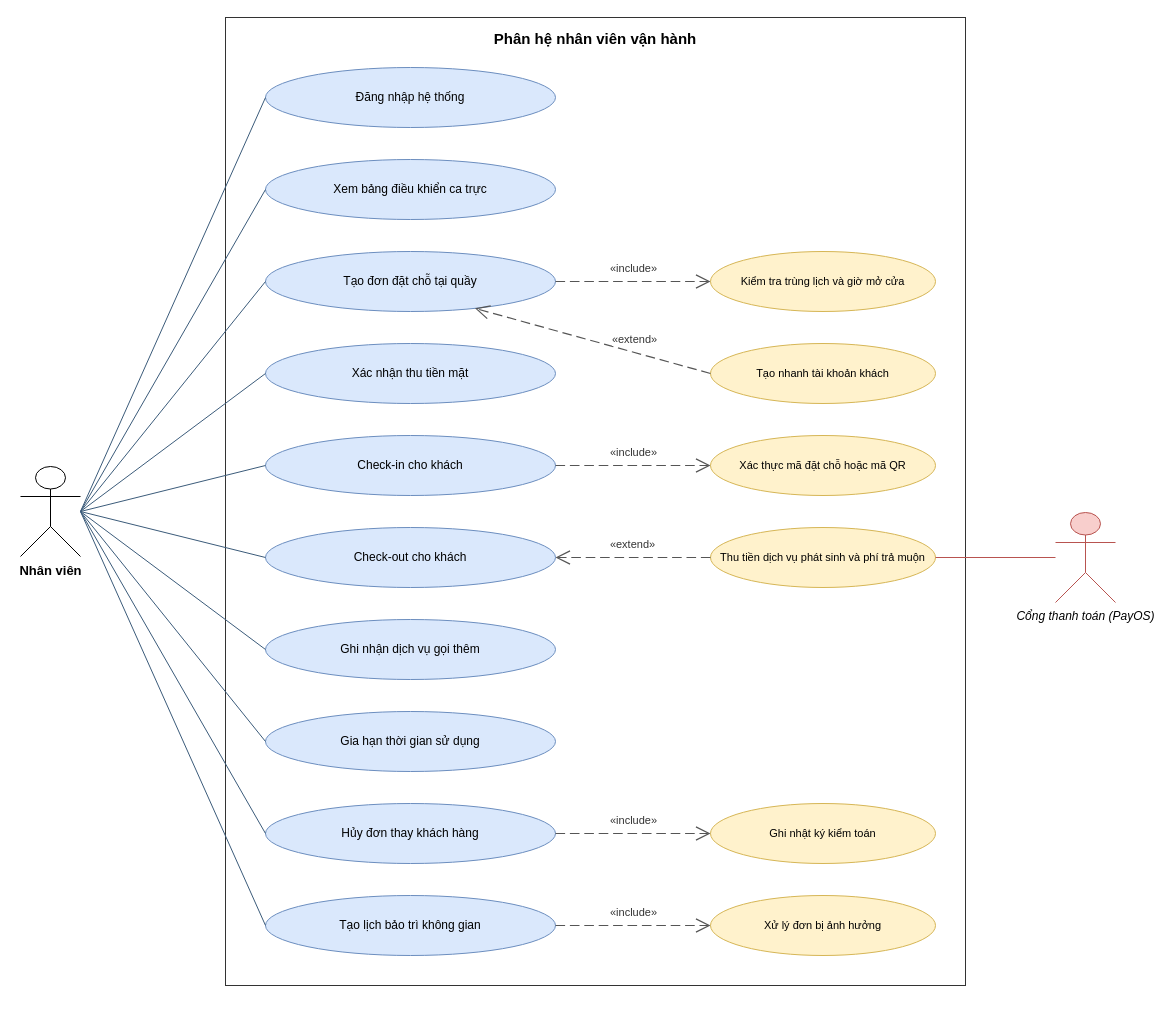
Before: page "Phân hệ nhân viên vận hành" (3 of 5) of report/Images/Chuong5/cospace-usecase.drawio in cospace-team/DATN_CoSpace, a draw.io diagram. Source tidied: cells renumbered, new cells numbered last; positions are measured from the earlier drawing's top-left corner, leaving out a move shared by most shapes. Both pictures are drawn from the tidied source at 100%, with x=0, y=0 at pixel (20, 17).
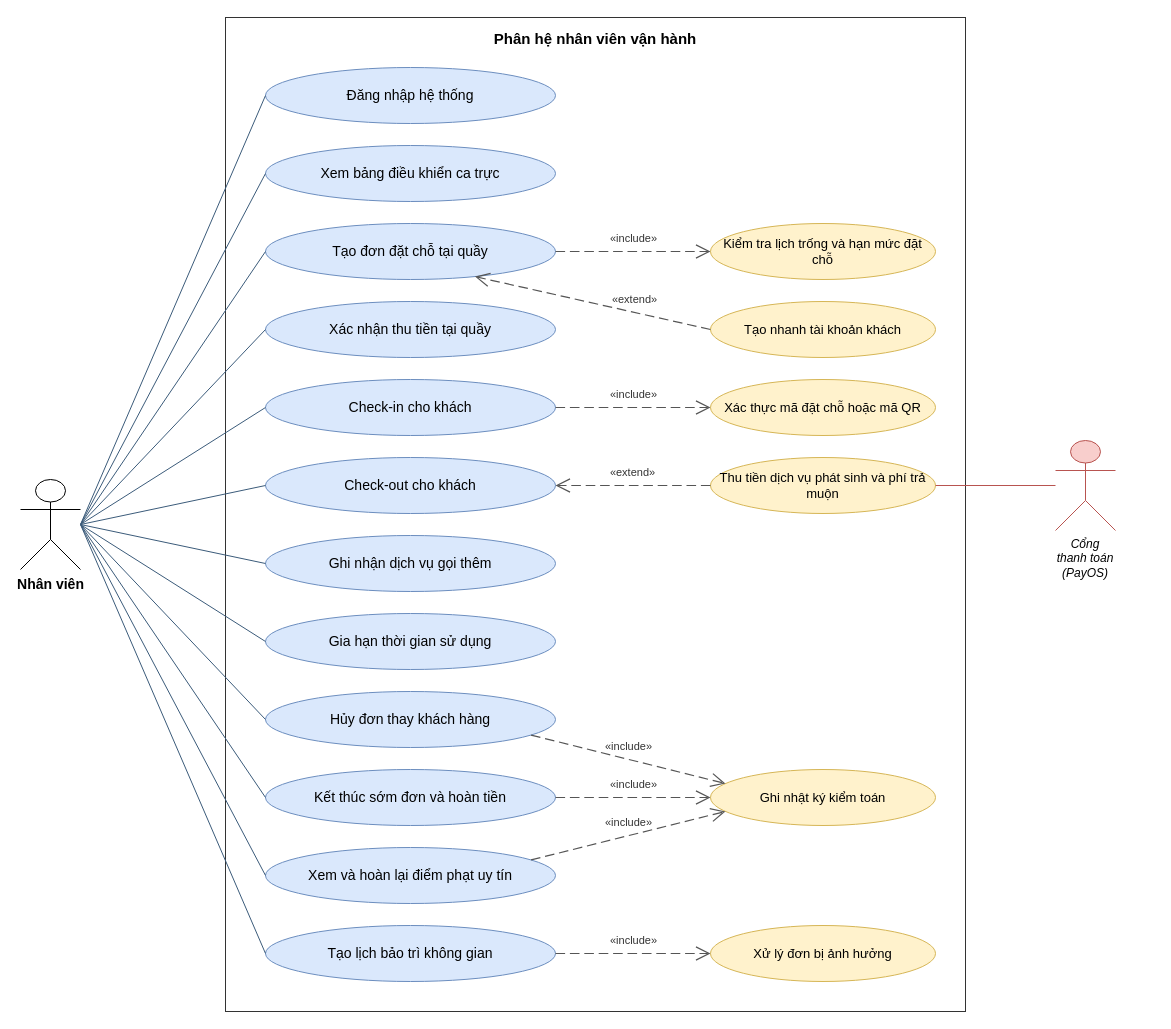
After the change.

What changed in the source:
```diff
@@
     <mxCell id="2" value="Phân hệ nhân viên vận hành" style="rounded=0;whiteSpace=wrap;html=1;verticalAlign=top;fillColor=none;strokeColor=#333333;fontSize=15;fontStyle=1;spacingTop=6;" parent="1" vertex="1">
-      <mxGeometry x="205" width="740" height="968" as="geometry" />
+      <mxGeometry x="205" width="740" height="994" as="geometry" />
     </mxCell>
-    <mxCell id="3" value="Đăng nhập hệ thống" style="ellipse;whiteSpace=wrap;html=1;fontSize=12;fillColor=#dae8fc;strokeColor=#6c8ebf;" parent="1" vertex="1">
-      <mxGeometry x="245" y="50" width="290" height="60" as="geometry" />
+    <mxCell id="3" value="Đăng nhập hệ thống" style="ellipse;whiteSpace=wrap;html=1;fontSize=14;fillColor=#dae8fc;strokeColor=#6c8ebf;" parent="1" vertex="1">
+      <mxGeometry x="245" y="50" width="290" height="56" as="geometry" />
     </mxCell>
-    <mxCell id="4" value="Xem bảng điều khiển ca trực" style="ellipse;whiteSpace=wrap;html=1;fontSize=12;fillColor=#dae8fc;strokeColor=#6c8ebf;" parent="1" vertex="1">
-      <mxGeometry x="245" y="142" width="290" height="60" as="geometry" />
+    <mxCell id="4" value="Xem bảng điều khiển ca trực" style="ellipse;whiteSpace=wrap;html=1;fontSize=14;fillColor=#dae8fc;strokeColor=#6c8ebf;" parent="1" vertex="1">
+      <mxGeometry x="245" y="128" width="290" height="56" as="geometry" />
     </mxCell>
-    <mxCell id="5" value="Tạo đơn đặt chỗ tại quầy" style="ellipse;whiteSpace=wrap;html=1;fontSize=12;fillColor=#dae8fc;strokeColor=#6c8ebf;" parent="1" vertex="1">
-      <mxGeometry x="245" y="234" width="290" height="60" as="geometry" />
+    <mxCell id="5" value="Tạo đơn đặt chỗ tại quầy" style="ellipse;whiteSpace=wrap;html=1;fontSize=14;fillColor=#dae8fc;strokeColor=#6c8ebf;" parent="1" vertex="1">
+      <mxGeometry x="245" y="206" width="290" height="56" as="geometry" />
     </mxCell>
-    <mxCell id="6" value="Kiểm tra trùng lịch và giờ mở cửa" style="ellipse;whiteSpace=wrap;html=1;fontSize=11;fillColor=#fff2cc;strokeColor=#d6b656;" parent="1" vertex="1">
-      <mxGeometry x="690" y="234" width="225" height="60" as="geometry" />
+    <mxCell id="6" value="Kiểm tra lịch trống và hạn mức đặt chỗ" style="ellipse;whiteSpace=wrap;html=1;fontSize=13;fillColor=#fff2cc;strokeColor=#d6b656;" parent="1" vertex="1">
+      <mxGeometry x="690" y="206" width="225" height="56" as="geometry" />
     </mxCell>
-    <mxCell id="7" value="Xác nhận thu tiền mặt" style="ellipse;whiteSpace=wrap;html=1;fontSize=12;fillColor=#dae8fc;strokeColor=#6c8ebf;" parent="1" vertex="1">
-      <mxGeometry x="245" y="326" width="290" height="60" as="geometry" />
+    <mxCell id="7" value="Xác nhận thu tiền tại quầy" style="ellipse;whiteSpace=wrap;html=1;fontSize=14;fillColor=#dae8fc;strokeColor=#6c8ebf;" parent="1" vertex="1">
+      <mxGeometry x="245" y="284" width="290" height="56" as="geometry" />
     </mxCell>
-    <mxCell id="8" value="Tạo nhanh tài khoản khách" style="ellipse;whiteSpace=wrap;html=1;fontSize=11;fillColor=#fff2cc;strokeColor=#d6b656;" parent="1" vertex="1">
-      <mxGeometry x="690" y="326" width="225" height="60" as="geometry" />
+    <mxCell id="8" value="Tạo nhanh tài khoản khách" style="ellipse;whiteSpace=wrap;html=1;fontSize=13;fillColor=#fff2cc;strokeColor=#d6b656;" parent="1" vertex="1">
+      <mxGeometry x="690" y="284" width="225" height="56" as="geometry" />
     </mxCell>
-    <mxCell id="9" value="Check-in cho khách" style="ellipse;whiteSpace=wrap;html=1;fontSize=12;fillColor=#dae8fc;strokeColor=#6c8ebf;" parent="1" vertex="1">
-      <mxGeometry x="245" y="418" width="290" height="60" as="geometry" />
+    <mxCell id="9" value="Check-in cho khách" style="ellipse;whiteSpace=wrap;html=1;fontSize=14;fillColor=#dae8fc;strokeColor=#6c8ebf;" parent="1" vertex="1">
+      <mxGeometry x="245" y="362" width="290" height="56" as="geometry" />
     </mxCell>
-    <mxCell id="10" value="Xác thực mã đặt chỗ hoặc mã QR" style="ellipse;whiteSpace=wrap;html=1;fontSize=11;fillColor=#fff2cc;strokeColor=#d6b656;" parent="1" vertex="1">
-      <mxGeometry x="690" y="418" width="225" height="60" as="geometry" />
+    <mxCell id="10" value="Xác thực mã đặt chỗ hoặc mã QR" style="ellipse;whiteSpace=wrap;html=1;fontSize=13;fillColor=#fff2cc;strokeColor=#d6b656;" parent="1" vertex="1">
+      <mxGeometry x="690" y="362" width="225" height="56" as="geometry" />
     </mxCell>
-    <mxCell id="11" value="Check-out cho khách" style="ellipse;whiteSpace=wrap;html=1;fontSize=12;fillColor=#dae8fc;strokeColor=#6c8ebf;" parent="1" vertex="1">
-      <mxGeometry x="245" y="510" width="290" height="60" as="geometry" />
+    <mxCell id="11" value="Check-out cho khách" style="ellipse;whiteSpace=wrap;html=1;fontSize=14;fillColor=#dae8fc;strokeColor=#6c8ebf;" parent="1" vertex="1">
+      <mxGeometry x="245" y="440" width="290" height="56" as="geometry" />
     </mxCell>
-    <mxCell id="12" value="Thu tiền dịch vụ phát sinh và phí trả muộn" style="ellipse;whiteSpace=wrap;html=1;fontSize=11;fillColor=#fff2cc;strokeColor=#d6b656;" parent="1" vertex="1">
-      <mxGeometry x="690" y="510" width="225" height="60" as="geometry" />
+    <mxCell id="12" value="Thu tiền dịch vụ phát sinh và phí trả muộn" style="ellipse;whiteSpace=wrap;html=1;fontSize=13;fillColor=#fff2cc;strokeColor=#d6b656;" parent="1" vertex="1">
+      <mxGeometry x="690" y="440" width="225" height="56" as="geometry" />
     </mxCell>
-    <mxCell id="13" value="Ghi nhận dịch vụ gọi thêm" style="ellipse;whiteSpace=wrap;html=1;fontSize=12;fillColor=#dae8fc;strokeColor=#6c8ebf;" parent="1" vertex="1">
-      <mxGeometry x="245" y="602" width="290" height="60" as="geometry" />
+    <mxCell id="13" value="Ghi nhận dịch vụ gọi thêm" style="ellipse;whiteSpace=wrap;html=1;fontSize=14;fillColor=#dae8fc;strokeColor=#6c8ebf;" parent="1" vertex="1">
+      <mxGeometry x="245" y="518" width="290" height="56" as="geometry" />
     </mxCell>
-    <mxCell id="14" value="Gia hạn thời gian sử dụng" style="ellipse;whiteSpace=wrap;html=1;fontSize=12;fillColor=#dae8fc;strokeColor=#6c8ebf;" parent="1" vertex="1">
-      <mxGeometry x="245" y="694" width="290" height="60" as="geometry" />
+    <mxCell id="14" value="Gia hạn thời gian sử dụng" style="ellipse;whiteSpace=wrap;html=1;fontSize=14;fillColor=#dae8fc;strokeColor=#6c8ebf;" parent="1" vertex="1">
+      <mxGeometry x="245" y="596" width="290" height="56" as="geometry" />
     </mxCell>
-    <mxCell id="15" value="Hủy đơn thay khách hàng" style="ellipse;whiteSpace=wrap;html=1;fontSize=12;fillColor=#dae8fc;strokeColor=#6c8ebf;" parent="1" vertex="1">
-      <mxGeometry x="245" y="786" width="290" height="60" as="geometry" />
+    <mxCell id="15" value="Hủy đơn thay khách hàng" style="ellipse;whiteSpace=wrap;html=1;fontSize=14;fillColor=#dae8fc;strokeColor=#6c8ebf;" parent="1" vertex="1">
+      <mxGeometry x="245" y="674" width="290" height="56" as="geometry" />
     </mxCell>
-    <mxCell id="16" value="Ghi nhật ký kiểm toán" style="ellipse;whiteSpace=wrap;html=1;fontSize=11;fillColor=#fff2cc;strokeColor=#d6b656;" parent="1" vertex="1">
-      <mxGeometry x="690" y="786" width="225" height="60" as="geometry" />
-    </mxCell>
-    <mxCell id="17" value="Tạo lịch bảo trì không gian" style="ellipse;whiteSpace=wrap;html=1;fontSize=12;fillColor=#dae8fc;strokeColor=#6c8ebf;" parent="1" vertex="1">
-      <mxGeometry x="245" y="878" width="290" height="60" as="geometry" />
+    <mxCell id="17" value="Kết thúc sớm đơn và hoàn tiền" style="ellipse;whiteSpace=wrap;html=1;fontSize=14;fillColor=#dae8fc;strokeColor=#6c8ebf;" parent="1" vertex="1">
+      <mxGeometry x="245" y="752" width="290" height="56" as="geometry" />
     </mxCell>
-    <mxCell id="18" value="Xử lý đơn bị ảnh hưởng" style="ellipse;whiteSpace=wrap;html=1;fontSize=11;fillColor=#fff2cc;strokeColor=#d6b656;" parent="1" vertex="1">
-      <mxGeometry x="690" y="878" width="225" height="60" as="geometry" />
+    <mxCell id="18" value="Ghi nhật ký kiểm toán" style="ellipse;whiteSpace=wrap;html=1;fontSize=13;fillColor=#fff2cc;strokeColor=#d6b656;" parent="1" vertex="1">
+      <mxGeometry x="690" y="752" width="225" height="56" as="geometry" />
     </mxCell>
+    <mxCell id="38" value="Xem và hoàn lại điểm phạt uy tín" style="ellipse;whiteSpace=wrap;html=1;fontSize=14;fillColor=#dae8fc;strokeColor=#6c8ebf;" parent="1" vertex="1">
+      <mxGeometry x="245" y="830" width="290" height="56" as="geometry" />
+    </mxCell>
+    <mxCell id="39" value="Tạo lịch bảo trì không gian" style="ellipse;whiteSpace=wrap;html=1;fontSize=14;fillColor=#dae8fc;strokeColor=#6c8ebf;" parent="1" vertex="1">
+      <mxGeometry x="245" y="908" width="290" height="56" as="geometry" />
+    </mxCell>
+    <mxCell id="40" value="Xử lý đơn bị ảnh hưởng" style="ellipse;whiteSpace=wrap;html=1;fontSize=13;fillColor=#fff2cc;strokeColor=#d6b656;" parent="1" vertex="1">
+      <mxGeometry x="690" y="908" width="225" height="56" as="geometry" />
+    </mxCell>
-    <mxCell id="19" value="Nhân viên" style="shape=umlActor;verticalLabelPosition=bottom;verticalAlign=top;html=1;outlineConnect=0;fontSize=13;fontStyle=1;" parent="1" vertex="1">
-      <mxGeometry y="449" width="60" height="90" as="geometry" />
+    <mxCell id="19" value="Nhân viên" style="shape=umlActor;verticalLabelPosition=bottom;verticalAlign=top;html=1;outlineConnect=0;fontSize=14;fontStyle=1;" parent="1" vertex="1">
+      <mxGeometry y="462" width="60" height="90" as="geometry" />
     </mxCell>
@@
+    <mxCell id="31" style="endArrow=none;html=1;rounded=0;strokeColor=#3b5b7a;exitX=1;exitY=0.5;exitDx=0;exitDy=0;exitPerimeter=0;entryX=0;entryY=0.5;entryDx=0;entryDy=0;" parent="1" edge="1" source="19" target="38">
+      <mxGeometry relative="1" as="geometry" />
+    </mxCell>
+    <mxCell id="41" style="endArrow=none;html=1;rounded=0;strokeColor=#3b5b7a;exitX=1;exitY=0.5;exitDx=0;exitDy=0;exitPerimeter=0;entryX=0;entryY=0.5;entryDx=0;entryDy=0;" parent="1" edge="1" source="19" target="39">
+      <mxGeometry relative="1" as="geometry" />
+    </mxCell>
-    <mxCell id="30" value="Cổng thanh toán (PayOS)" style="shape=umlActor;verticalLabelPosition=bottom;verticalAlign=top;html=1;outlineConnect=0;fontSize=12;fontStyle=2;strokeColor=#b85450;fillColor=#f8cecc;" parent="1" vertex="1">
-      <mxGeometry x="1035" y="495" width="60" height="90" as="geometry" />
+    <mxCell id="30" value="Cổng thanh toán (PayOS)" style="shape=umlActor;verticalLabelPosition=bottom;verticalAlign=top;html=1;outlineConnect=0;fontSize=12;fontStyle=2;strokeColor=#b85450;fillColor=#f8cecc;whiteSpace=wrap;" parent="1" vertex="1">
+      <mxGeometry x="1035" y="423" width="60" height="90" as="geometry" />
     </mxCell>
-    <mxCell id="31" style="endArrow=none;html=1;rounded=0;strokeColor=#b85450;exitX=0;exitY=0.5;exitDx=0;exitDy=0;exitPerimeter=0;entryX=1;entryY=0.5;entryDx=0;entryDy=0;" parent="1" edge="1" source="30" target="12">
-      <mxGeometry relative="1" as="geometry" />
-    </mxCell>
+    <mxCell id="42" style="endArrow=none;html=1;rounded=0;strokeColor=#b85450;exitX=0;exitY=0.5;exitDx=0;exitDy=0;exitPerimeter=0;entryX=1;entryY=0.5;entryDx=0;entryDy=0;" parent="1" edge="1" source="30" target="12">
+      <mxGeometry relative="1" as="geometry" />
+    </mxCell>
@@
-    <mxCell id="36" value="«include»" style="endArrow=open;endFill=0;endSize=12;dashed=1;dashPattern=8 4;html=1;rounded=0;strokeColor=#555555;strokeWidth=1.2;fontSize=11;fontColor=#333333;labelBackgroundColor=#ffffff;exitX=1;exitY=0.5;exitDx=0;exitDy=0;entryX=0;entryY=0.5;entryDx=0;entryDy=0;" parent="1" edge="1" source="15" target="16">
+    <mxCell id="36" value="«include»" style="endArrow=open;endFill=0;endSize=12;dashed=1;dashPattern=8 4;html=1;rounded=0;strokeColor=#555555;strokeWidth=1.2;fontSize=11;fontColor=#333333;labelBackgroundColor=#ffffff;exitX=0.93;exitY=0.8;exitDx=0;exitDy=0;entryX=0;entryY=0.2;entryDx=0;entryDy=0;" parent="1" edge="1" source="15" target="18">
       <mxGeometry relative="1" as="geometry">
         <mxPoint y="-13" as="offset" />
       </mxGeometry>
     </mxCell>
@@
+    <mxCell id="43" value="«include»" style="endArrow=open;endFill=0;endSize=12;dashed=1;dashPattern=8 4;html=1;rounded=0;strokeColor=#555555;strokeWidth=1.2;fontSize=11;fontColor=#333333;labelBackgroundColor=#ffffff;exitX=0.93;exitY=0.2;exitDx=0;exitDy=0;entryX=0;entryY=0.8;entryDx=0;entryDy=0;" parent="1" edge="1" source="38" target="18">
+      <mxGeometry relative="1" as="geometry">
+        <mxPoint y="-13" as="offset" />
+      </mxGeometry>
+    </mxCell>
+    <mxCell id="44" value="«include»" style="endArrow=open;endFill=0;endSize=12;dashed=1;dashPattern=8 4;html=1;rounded=0;strokeColor=#555555;strokeWidth=1.2;fontSize=11;fontColor=#333333;labelBackgroundColor=#ffffff;exitX=1;exitY=0.5;exitDx=0;exitDy=0;entryX=0;entryY=0.5;entryDx=0;entryDy=0;" parent="1" edge="1" source="39" target="40">
+      <mxGeometry relative="1" as="geometry">
+        <mxPoint y="-13" as="offset" />
+      </mxGeometry>
+    </mxCell>
```
